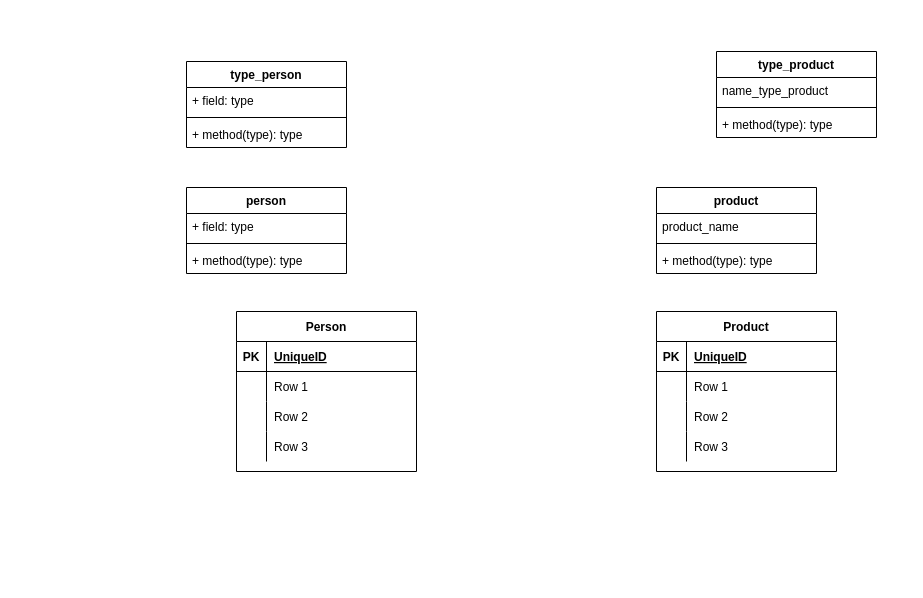
Before: banco.drawio in ajoelflores124/everbanco, a draw.io diagram. Source tidied: cells renumbered, new cells numbered last; positions are measured from the earlier drawing's top-left corner, leaving out a move shared by most shapes. Both pictures are drawn from the tidied source at 100%, with x=0, y=0 at pixel (186, 51).
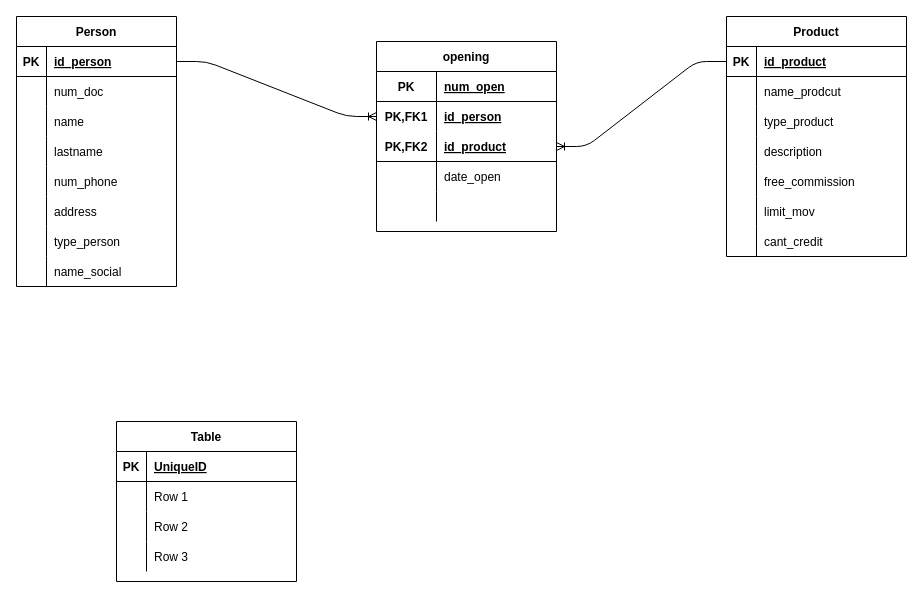
After the change.

The change refers to these unchanged cells:
```xml
<mxCell id="32" style="shape=partialRectangle;fillColor=none;top=0;left=0;bottom=1;right=0;points=[[0,0.5],[1,0.5]];portConstraint=eastwest;" parent="31" vertex="1">
  <mxGeometry y="30" width="180" height="30" as="geometry" />
</mxCell>
<mxCell id="35" style="shape=partialRectangle;fillColor=none;top=0;left=0;bottom=0;right=0;" parent="31" vertex="1">
  <mxGeometry y="60" width="180" height="30" as="geometry" />
</mxCell>
<mxCell id="38" style="shape=partialRectangle;fillColor=none;top=0;left=0;bottom=0;right=0;" parent="31" vertex="1">
  <mxGeometry y="90" width="180" height="30" as="geometry" />
</mxCell>
<mxCell id="41" style="shape=partialRectangle;fillColor=none;top=0;left=0;bottom=0;right=0;" parent="31" vertex="1">
  <mxGeometry y="120" width="180" height="30" as="geometry" />
</mxCell>
```

Diff of the diagram source:
```diff
@@
-    <mxCell id="2" value="person" style="swimlane;fontStyle=1;align=center;verticalAlign=top;horizontal=1;startSize=26;" parent="1" vertex="1">
-      <mxGeometry y="136" width="160" height="86" as="geometry" />
-    </mxCell>
-    <mxCell id="3" value="+ field: type" style="text;strokeColor=none;fillColor=none;align=left;verticalAlign=top;spacingLeft=4;spacingRight=4;overflow=hidden;" parent="2" vertex="1">
-      <mxGeometry y="26" width="160" height="26" as="geometry" />
-    </mxCell>
-    <mxCell id="4" style="line;strokeWidth=1;fillColor=none;align=left;verticalAlign=middle;spacingTop=-1;spacingLeft=3;spacingRight=3;labelPosition=right;" parent="2" vertex="1">
-      <mxGeometry y="52" width="160" height="8" as="geometry" />
-    </mxCell>
-    <mxCell id="5" value="+ method(type): type" style="text;strokeColor=none;fillColor=none;align=left;verticalAlign=top;spacingLeft=4;spacingRight=4;overflow=hidden;" parent="2" vertex="1">
-      <mxGeometry y="60" width="160" height="26" as="geometry" />
-    </mxCell>
-    <mxCell id="6" value="product" style="swimlane;fontStyle=1;align=center;verticalAlign=top;horizontal=1;startSize=26;" parent="1" vertex="1">
-      <mxGeometry x="470" y="136" width="160" height="86" as="geometry" />
-    </mxCell>
-    <mxCell id="7" value="product_name" style="text;strokeColor=none;fillColor=none;align=left;verticalAlign=top;spacingLeft=4;spacingRight=4;overflow=hidden;" parent="6" vertex="1">
-      <mxGeometry y="26" width="160" height="26" as="geometry" />
-    </mxCell>
-    <mxCell id="8" style="line;strokeWidth=1;fillColor=none;align=left;verticalAlign=middle;spacingTop=-1;spacingLeft=3;spacingRight=3;labelPosition=right;" parent="6" vertex="1">
-      <mxGeometry y="52" width="160" height="8" as="geometry" />
-    </mxCell>
-    <mxCell id="9" value="+ method(type): type" style="text;strokeColor=none;fillColor=none;align=left;verticalAlign=top;spacingLeft=4;spacingRight=4;overflow=hidden;" parent="6" vertex="1">
-      <mxGeometry y="60" width="160" height="26" as="geometry" />
-    </mxCell>
-    <mxCell id="10" value="type_product" style="swimlane;fontStyle=1;align=center;verticalAlign=top;horizontal=1;startSize=26;" parent="1" vertex="1">
-      <mxGeometry x="530" width="160" height="86" as="geometry" />
-    </mxCell>
-    <mxCell id="11" value="name_type_product" style="text;strokeColor=none;fillColor=none;align=left;verticalAlign=top;spacingLeft=4;spacingRight=4;overflow=hidden;" parent="10" vertex="1">
-      <mxGeometry y="26" width="160" height="26" as="geometry" />
-    </mxCell>
-    <mxCell id="12" style="line;strokeWidth=1;fillColor=none;align=left;verticalAlign=middle;spacingTop=-1;spacingLeft=3;spacingRight=3;labelPosition=right;" parent="10" vertex="1">
-      <mxGeometry y="52" width="160" height="8" as="geometry" />
-    </mxCell>
-    <mxCell id="13" value="+ method(type): type" style="text;strokeColor=none;fillColor=none;align=left;verticalAlign=top;spacingLeft=4;spacingRight=4;overflow=hidden;" parent="10" vertex="1">
-      <mxGeometry y="60" width="160" height="26" as="geometry" />
-    </mxCell>
-    <mxCell id="14" value="type_person" style="swimlane;fontStyle=1;align=center;verticalAlign=top;horizontal=1;startSize=26;" parent="1" vertex="1">
-      <mxGeometry y="10" width="160" height="86" as="geometry" />
-    </mxCell>
-    <mxCell id="15" value="+ field: type" style="text;strokeColor=none;fillColor=none;align=left;verticalAlign=top;spacingLeft=4;spacingRight=4;overflow=hidden;" parent="14" vertex="1">
-      <mxGeometry y="26" width="160" height="26" as="geometry" />
-    </mxCell>
-    <mxCell id="16" style="line;strokeWidth=1;fillColor=none;align=left;verticalAlign=middle;spacingTop=-1;spacingLeft=3;spacingRight=3;labelPosition=right;" parent="14" vertex="1">
-      <mxGeometry y="52" width="160" height="8" as="geometry" />
-    </mxCell>
-    <mxCell id="17" value="+ method(type): type" style="text;strokeColor=none;fillColor=none;align=left;verticalAlign=top;spacingLeft=4;spacingRight=4;overflow=hidden;" parent="14" vertex="1">
-      <mxGeometry y="60" width="160" height="26" as="geometry" />
-    </mxCell>
     <mxCell id="18" value="Person" style="shape=table;startSize=30;childLayout=tableLayout;rowLines=0;fontStyle=1;align=center;" parent="1" vertex="1">
-      <mxGeometry x="50" y="260" width="180" height="160" as="geometry" />
+      <mxGeometry x="-170" y="-35" width="160" height="270" as="geometry" />
     </mxCell>
     <mxCell id="19" style="shape=partialRectangle;fillColor=none;top=0;left=0;bottom=1;right=0;points=[[0,0.5],[1,0.5]];portConstraint=eastwest;" parent="18" vertex="1">
-      <mxGeometry y="30" width="180" height="30" as="geometry" />
+      <mxGeometry y="30" width="160" height="30" as="geometry" />
     </mxCell>
@@
-    <mxCell id="21" value="UniqueID" style="shape=partialRectangle;fillColor=none;top=0;left=0;bottom=0;right=0;align=left;spacingLeft=6;fontStyle=5;overflow=hidden;" parent="19" vertex="1">
-      <mxGeometry x="30" width="150" height="30" as="geometry" />
+    <mxCell id="21" value="id_person" style="shape=partialRectangle;fillColor=none;top=0;left=0;bottom=0;right=0;align=left;spacingLeft=6;fontStyle=5;overflow=hidden;" parent="19" vertex="1">
+      <mxGeometry x="30" width="130" height="30" as="geometry" />
     </mxCell>
     <mxCell id="22" style="shape=partialRectangle;fillColor=none;top=0;left=0;bottom=0;right=0;" parent="18" vertex="1">
-      <mxGeometry y="60" width="180" height="30" as="geometry" />
+      <mxGeometry y="60" width="160" height="30" as="geometry" />
     </mxCell>
@@
-    <mxCell id="24" value="Row 1" style="shape=partialRectangle;fillColor=none;top=0;left=0;bottom=0;right=0;align=left;spacingLeft=6;overflow=hidden;" parent="22" vertex="1">
-      <mxGeometry x="30" width="150" height="30" as="geometry" />
+    <mxCell id="24" value="num_doc" style="shape=partialRectangle;fillColor=none;top=0;left=0;bottom=0;right=0;align=left;spacingLeft=6;overflow=hidden;" parent="22" vertex="1">
+      <mxGeometry x="30" width="130" height="30" as="geometry" />
     </mxCell>
     <mxCell id="25" style="shape=partialRectangle;fillColor=none;top=0;left=0;bottom=0;right=0;" parent="18" vertex="1">
-      <mxGeometry y="90" width="180" height="30" as="geometry" />
+      <mxGeometry y="90" width="160" height="30" as="geometry" />
     </mxCell>
@@
-    <mxCell id="27" value="Row 2" style="shape=partialRectangle;fillColor=none;top=0;left=0;bottom=0;right=0;align=left;spacingLeft=6;overflow=hidden;" parent="25" vertex="1">
-      <mxGeometry x="30" width="150" height="30" as="geometry" />
+    <mxCell id="27" value="name" style="shape=partialRectangle;fillColor=none;top=0;left=0;bottom=0;right=0;align=left;spacingLeft=6;overflow=hidden;" parent="25" vertex="1">
+      <mxGeometry x="30" width="130" height="30" as="geometry" />
     </mxCell>
     <mxCell id="28" style="shape=partialRectangle;fillColor=none;top=0;left=0;bottom=0;right=0;" parent="18" vertex="1">
-      <mxGeometry y="120" width="180" height="30" as="geometry" />
+      <mxGeometry y="120" width="160" height="30" as="geometry" />
     </mxCell>
@@
-    <mxCell id="30" value="Row 3" style="shape=partialRectangle;fillColor=none;top=0;left=0;bottom=0;right=0;align=left;spacingLeft=6;overflow=hidden;" parent="28" vertex="1">
-      <mxGeometry x="30" width="150" height="30" as="geometry" />
+    <mxCell id="30" value="lastname" style="shape=partialRectangle;fillColor=none;top=0;left=0;bottom=0;right=0;align=left;spacingLeft=6;overflow=hidden;" parent="28" vertex="1">
+      <mxGeometry x="30" width="130" height="30" as="geometry" />
     </mxCell>
+    <mxCell id="44" style="shape=partialRectangle;fillColor=none;top=0;left=0;bottom=0;right=0;" parent="18" vertex="1">
+      <mxGeometry y="150" width="160" height="30" as="geometry" />
+    </mxCell>
+    <mxCell id="45" style="shape=partialRectangle;fillColor=none;top=0;left=0;bottom=0;right=0;overflow=hidden;" parent="44" vertex="1">
+      <mxGeometry width="30" height="30" as="geometry" />
+    </mxCell>
+    <mxCell id="46" value="num_phone" style="shape=partialRectangle;fillColor=none;top=0;left=0;bottom=0;right=0;align=left;spacingLeft=6;overflow=hidden;" parent="44" vertex="1">
+      <mxGeometry x="30" width="130" height="30" as="geometry" />
+    </mxCell>
+    <mxCell id="47" style="shape=partialRectangle;fillColor=none;top=0;left=0;bottom=0;right=0;" parent="18" vertex="1">
+      <mxGeometry y="180" width="160" height="30" as="geometry" />
+    </mxCell>
+    <mxCell id="48" style="shape=partialRectangle;fillColor=none;top=0;left=0;bottom=0;right=0;overflow=hidden;" parent="47" vertex="1">
+      <mxGeometry width="30" height="30" as="geometry" />
+    </mxCell>
+    <mxCell id="49" value="address" style="shape=partialRectangle;fillColor=none;top=0;left=0;bottom=0;right=0;align=left;spacingLeft=6;overflow=hidden;" parent="47" vertex="1">
+      <mxGeometry x="30" width="130" height="30" as="geometry" />
+    </mxCell>
+    <mxCell id="50" style="shape=partialRectangle;fillColor=none;top=0;left=0;bottom=0;right=0;" parent="18" vertex="1">
+      <mxGeometry y="210" width="160" height="30" as="geometry" />
+    </mxCell>
+    <mxCell id="51" style="shape=partialRectangle;fillColor=none;top=0;left=0;bottom=0;right=0;overflow=hidden;" parent="50" vertex="1">
+      <mxGeometry width="30" height="30" as="geometry" />
+    </mxCell>
+    <mxCell id="14" value="type_person" style="shape=partialRectangle;fillColor=none;top=0;left=0;bottom=0;right=0;align=left;spacingLeft=6;overflow=hidden;" parent="50" vertex="1">
+      <mxGeometry x="30" width="130" height="30" as="geometry" />
+    </mxCell>
+    <mxCell id="52" style="shape=partialRectangle;fillColor=none;top=0;left=0;bottom=0;right=0;" parent="18" vertex="1">
+      <mxGeometry y="240" width="160" height="30" as="geometry" />
+    </mxCell>
+    <mxCell id="53" style="shape=partialRectangle;fillColor=none;top=0;left=0;bottom=0;right=0;overflow=hidden;" parent="52" vertex="1">
+      <mxGeometry width="30" height="30" as="geometry" />
+    </mxCell>
+    <mxCell id="54" value="name_social" style="shape=partialRectangle;fillColor=none;top=0;left=0;bottom=0;right=0;align=left;spacingLeft=6;overflow=hidden;" parent="52" vertex="1">
+      <mxGeometry x="30" width="130" height="30" as="geometry" />
+    </mxCell>
     <mxCell id="31" value="Product" style="shape=table;startSize=30;childLayout=tableLayout;rowLines=0;fontStyle=1;align=center;" parent="1" vertex="1">
-      <mxGeometry x="470" y="260" width="180" height="160" as="geometry" />
+      <mxGeometry x="540" y="-35" width="180" height="240" as="geometry" />
     </mxCell>
@@
-    <mxCell id="34" value="UniqueID" style="shape=partialRectangle;fillColor=none;top=0;left=0;bottom=0;right=0;align=left;spacingLeft=6;fontStyle=5;overflow=hidden;" parent="32" vertex="1">
+    <mxCell id="34" value="id_product" style="shape=partialRectangle;fillColor=none;top=0;left=0;bottom=0;right=0;align=left;spacingLeft=6;fontStyle=5;overflow=hidden;" parent="32" vertex="1">
       <mxGeometry x="30" width="150" height="30" as="geometry" />
     </mxCell>
@@
-    <mxCell id="37" value="Row 1" style="shape=partialRectangle;fillColor=none;top=0;left=0;bottom=0;right=0;align=left;spacingLeft=6;overflow=hidden;" parent="35" vertex="1">
+    <mxCell id="37" value="name_prodcut" style="shape=partialRectangle;fillColor=none;top=0;left=0;bottom=0;right=0;align=left;spacingLeft=6;overflow=hidden;" parent="35" vertex="1">
       <mxGeometry x="30" width="150" height="30" as="geometry" />
     </mxCell>
@@
-    <mxCell id="40" value="Row 2" style="shape=partialRectangle;fillColor=none;top=0;left=0;bottom=0;right=0;align=left;spacingLeft=6;overflow=hidden;" parent="38" vertex="1">
+    <mxCell id="40" value="type_product" style="shape=partialRectangle;fillColor=none;top=0;left=0;bottom=0;right=0;align=left;spacingLeft=6;overflow=hidden;" parent="38" vertex="1">
       <mxGeometry x="30" width="150" height="30" as="geometry" />
     </mxCell>
@@
-    <mxCell id="43" value="Row 3" style="shape=partialRectangle;fillColor=none;top=0;left=0;bottom=0;right=0;align=left;spacingLeft=6;overflow=hidden;" parent="41" vertex="1">
+    <mxCell id="43" value="description" style="shape=partialRectangle;fillColor=none;top=0;left=0;bottom=0;right=0;align=left;spacingLeft=6;overflow=hidden;" parent="41" vertex="1">
       <mxGeometry x="30" width="150" height="30" as="geometry" />
     </mxCell>
+    <mxCell id="55" style="shape=partialRectangle;fillColor=none;top=0;left=0;bottom=0;right=0;" parent="31" vertex="1">
+      <mxGeometry y="150" width="180" height="30" as="geometry" />
+    </mxCell>
+    <mxCell id="56" style="shape=partialRectangle;fillColor=none;top=0;left=0;bottom=0;right=0;overflow=hidden;" parent="55" vertex="1">
+      <mxGeometry width="30" height="30" as="geometry" />
+    </mxCell>
+    <mxCell id="57" value="free_commission" style="shape=partialRectangle;fillColor=none;top=0;left=0;bottom=0;right=0;align=left;spacingLeft=6;overflow=hidden;" parent="55" vertex="1">
+      <mxGeometry x="30" width="150" height="30" as="geometry" />
+    </mxCell>
+    <mxCell id="58" style="shape=partialRectangle;fillColor=none;top=0;left=0;bottom=0;right=0;" parent="31" vertex="1">
+      <mxGeometry y="180" width="180" height="30" as="geometry" />
+    </mxCell>
+    <mxCell id="59" style="shape=partialRectangle;fillColor=none;top=0;left=0;bottom=0;right=0;overflow=hidden;" parent="58" vertex="1">
+      <mxGeometry width="30" height="30" as="geometry" />
+    </mxCell>
+    <mxCell id="60" value="limit_mov" style="shape=partialRectangle;fillColor=none;top=0;left=0;bottom=0;right=0;align=left;spacingLeft=6;overflow=hidden;" parent="58" vertex="1">
+      <mxGeometry x="30" width="150" height="30" as="geometry" />
+    </mxCell>
+    <mxCell id="61" style="shape=partialRectangle;fillColor=none;top=0;left=0;bottom=0;right=0;" parent="31" vertex="1">
+      <mxGeometry y="210" width="180" height="30" as="geometry" />
+    </mxCell>
+    <mxCell id="62" style="shape=partialRectangle;fillColor=none;top=0;left=0;bottom=0;right=0;overflow=hidden;" parent="61" vertex="1">
+      <mxGeometry width="30" height="30" as="geometry" />
+    </mxCell>
+    <mxCell id="63" value="cant_credit" style="shape=partialRectangle;fillColor=none;top=0;left=0;bottom=0;right=0;align=left;spacingLeft=6;overflow=hidden;" parent="61" vertex="1">
+      <mxGeometry x="30" width="150" height="30" as="geometry" />
+    </mxCell>
+    <mxCell id="64" value="opening" style="shape=table;startSize=30;childLayout=tableLayout;rowLines=0;fontStyle=1;align=center;" parent="1" vertex="1">
+      <mxGeometry x="190" y="-10" width="180" height="190" as="geometry" />
+    </mxCell>
+    <mxCell id="65" style="shape=partialRectangle;fillColor=none;top=0;left=0;bottom=1;right=0;" parent="64" vertex="1">
+      <mxGeometry y="30" width="180" height="30" as="geometry" />
+    </mxCell>
+    <mxCell id="66" value="PK" style="shape=partialRectangle;fillColor=none;top=0;left=0;bottom=0;right=0;fontStyle=1;overflow=hidden;" parent="65" vertex="1">
+      <mxGeometry width="60" height="30" as="geometry" />
+    </mxCell>
+    <mxCell id="67" value="num_open" style="shape=partialRectangle;fillColor=none;top=0;left=0;bottom=0;right=0;align=left;spacingLeft=6;fontStyle=5;overflow=hidden;" parent="65" vertex="1">
+      <mxGeometry x="60" width="120" height="30" as="geometry" />
+    </mxCell>
+    <mxCell id="68" style="shape=partialRectangle;fillColor=none;top=0;left=0;bottom=0;right=0;points=[[0,0.5],[1,0.5]];portConstraint=eastwest;" parent="64" vertex="1">
+      <mxGeometry y="60" width="180" height="30" as="geometry" />
+    </mxCell>
+    <mxCell id="69" value="PK,FK1" style="shape=partialRectangle;fillColor=none;top=0;left=0;bottom=0;right=0;fontStyle=1;overflow=hidden;" parent="68" vertex="1">
+      <mxGeometry width="60" height="30" as="geometry" />
+    </mxCell>
+    <mxCell id="70" value="id_person" style="shape=partialRectangle;fillColor=none;top=0;left=0;bottom=0;right=0;align=left;spacingLeft=6;fontStyle=5;overflow=hidden;" parent="68" vertex="1">
+      <mxGeometry x="60" width="120" height="30" as="geometry" />
+    </mxCell>
+    <mxCell id="71" style="shape=partialRectangle;fillColor=none;top=0;left=0;bottom=1;right=0;points=[[0,0.5],[1,0.5]];portConstraint=eastwest;" parent="64" vertex="1">
+      <mxGeometry y="90" width="180" height="30" as="geometry" />
+    </mxCell>
+    <mxCell id="72" value="PK,FK2" style="shape=partialRectangle;fillColor=none;top=0;left=0;bottom=0;right=0;fontStyle=1;overflow=hidden;" parent="71" vertex="1">
+      <mxGeometry width="60" height="30" as="geometry" />
+    </mxCell>
+    <mxCell id="73" value="id_product" style="shape=partialRectangle;fillColor=none;top=0;left=0;bottom=0;right=0;align=left;spacingLeft=6;fontStyle=5;overflow=hidden;" parent="71" vertex="1">
+      <mxGeometry x="60" width="120" height="30" as="geometry" />
+    </mxCell>
+    <mxCell id="74" style="shape=partialRectangle;fillColor=none;top=0;left=0;bottom=0;right=0;" parent="64" vertex="1">
+      <mxGeometry y="120" width="180" height="30" as="geometry" />
+    </mxCell>
+    <mxCell id="75" style="shape=partialRectangle;fillColor=none;top=0;left=0;bottom=0;right=0;overflow=hidden;" parent="74" vertex="1">
+      <mxGeometry width="60" height="30" as="geometry" />
+    </mxCell>
+    <mxCell id="76" value="date_open" style="shape=partialRectangle;fillColor=none;top=0;left=0;bottom=0;right=0;align=left;spacingLeft=6;overflow=hidden;" parent="74" vertex="1">
+      <mxGeometry x="60" width="120" height="30" as="geometry" />
+    </mxCell>
+    <mxCell id="77" style="shape=partialRectangle;fillColor=none;top=0;left=0;bottom=0;right=0;" parent="64" vertex="1">
+      <mxGeometry y="150" width="180" height="30" as="geometry" />
+    </mxCell>
+    <mxCell id="78" style="shape=partialRectangle;fillColor=none;top=0;left=0;bottom=0;right=0;overflow=hidden;" parent="77" vertex="1">
+      <mxGeometry width="60" height="30" as="geometry" />
+    </mxCell>
+    <mxCell id="79" style="shape=partialRectangle;fillColor=none;top=0;left=0;bottom=0;right=0;align=left;spacingLeft=6;overflow=hidden;" parent="77" vertex="1">
+      <mxGeometry x="60" width="120" height="30" as="geometry" />
+    </mxCell>
+    <mxCell id="80" style="edgeStyle=entityRelationEdgeStyle;fontSize=12;html=1;endArrow=ERoneToMany;exitX=1;exitY=0.5;exitDx=0;exitDy=0;entryX=0;entryY=0.5;entryDx=0;entryDy=0;" parent="1" edge="1" source="19" target="68">
+      <mxGeometry relative="1" as="geometry" />
+    </mxCell>
+    <mxCell id="81" style="edgeStyle=entityRelationEdgeStyle;fontSize=12;html=1;endArrow=ERoneToMany;entryX=1;entryY=0.5;entryDx=0;entryDy=0;" parent="1" edge="1" source="32" target="71">
+      <mxGeometry relative="1" as="geometry" />
+    </mxCell>
+    <mxCell id="82" value="Table" style="shape=table;startSize=30;childLayout=tableLayout;rowLines=0;fontStyle=1;align=center;" parent="1" vertex="1">
+      <mxGeometry x="-70" y="370" width="180" height="160" as="geometry" />
+    </mxCell>
+    <mxCell id="83" style="shape=partialRectangle;fillColor=none;top=0;left=0;bottom=1;right=0;" parent="82" vertex="1">
+      <mxGeometry y="30" width="180" height="30" as="geometry" />
+    </mxCell>
+    <mxCell id="84" value="PK" style="shape=partialRectangle;fillColor=none;top=0;left=0;bottom=0;right=0;fontStyle=1;overflow=hidden;" parent="83" vertex="1">
+      <mxGeometry width="30" height="30" as="geometry" />
+    </mxCell>
+    <mxCell id="85" value="UniqueID" style="shape=partialRectangle;fillColor=none;top=0;left=0;bottom=0;right=0;align=left;spacingLeft=6;fontStyle=5;overflow=hidden;" parent="83" vertex="1">
+      <mxGeometry x="30" width="150" height="30" as="geometry" />
+    </mxCell>
+    <mxCell id="86" style="shape=partialRectangle;fillColor=none;top=0;left=0;bottom=0;right=0;" parent="82" vertex="1">
+      <mxGeometry y="60" width="180" height="30" as="geometry" />
+    </mxCell>
+    <mxCell id="87" style="shape=partialRectangle;fillColor=none;top=0;left=0;bottom=0;right=0;overflow=hidden;" parent="86" vertex="1">
+      <mxGeometry width="30" height="30" as="geometry" />
+    </mxCell>
+    <mxCell id="88" value="Row 1" style="shape=partialRectangle;fillColor=none;top=0;left=0;bottom=0;right=0;align=left;spacingLeft=6;overflow=hidden;" parent="86" vertex="1">
+      <mxGeometry x="30" width="150" height="30" as="geometry" />
+    </mxCell>
+    <mxCell id="89" style="shape=partialRectangle;fillColor=none;top=0;left=0;bottom=0;right=0;" parent="82" vertex="1">
+      <mxGeometry y="90" width="180" height="30" as="geometry" />
+    </mxCell>
+    <mxCell id="90" style="shape=partialRectangle;fillColor=none;top=0;left=0;bottom=0;right=0;overflow=hidden;" parent="89" vertex="1">
+      <mxGeometry width="30" height="30" as="geometry" />
+    </mxCell>
+    <mxCell id="91" value="Row 2" style="shape=partialRectangle;fillColor=none;top=0;left=0;bottom=0;right=0;align=left;spacingLeft=6;overflow=hidden;" parent="89" vertex="1">
+      <mxGeometry x="30" width="150" height="30" as="geometry" />
+    </mxCell>
+    <mxCell id="92" style="shape=partialRectangle;fillColor=none;top=0;left=0;bottom=0;right=0;" parent="82" vertex="1">
+      <mxGeometry y="120" width="180" height="30" as="geometry" />
+    </mxCell>
+    <mxCell id="93" style="shape=partialRectangle;fillColor=none;top=0;left=0;bottom=0;right=0;overflow=hidden;" parent="92" vertex="1">
+      <mxGeometry width="30" height="30" as="geometry" />
+    </mxCell>
+    <mxCell id="94" value="Row 3" style="shape=partialRectangle;fillColor=none;top=0;left=0;bottom=0;right=0;align=left;spacingLeft=6;overflow=hidden;" parent="92" vertex="1">
+      <mxGeometry x="30" width="150" height="30" as="geometry" />
+    </mxCell>
```
